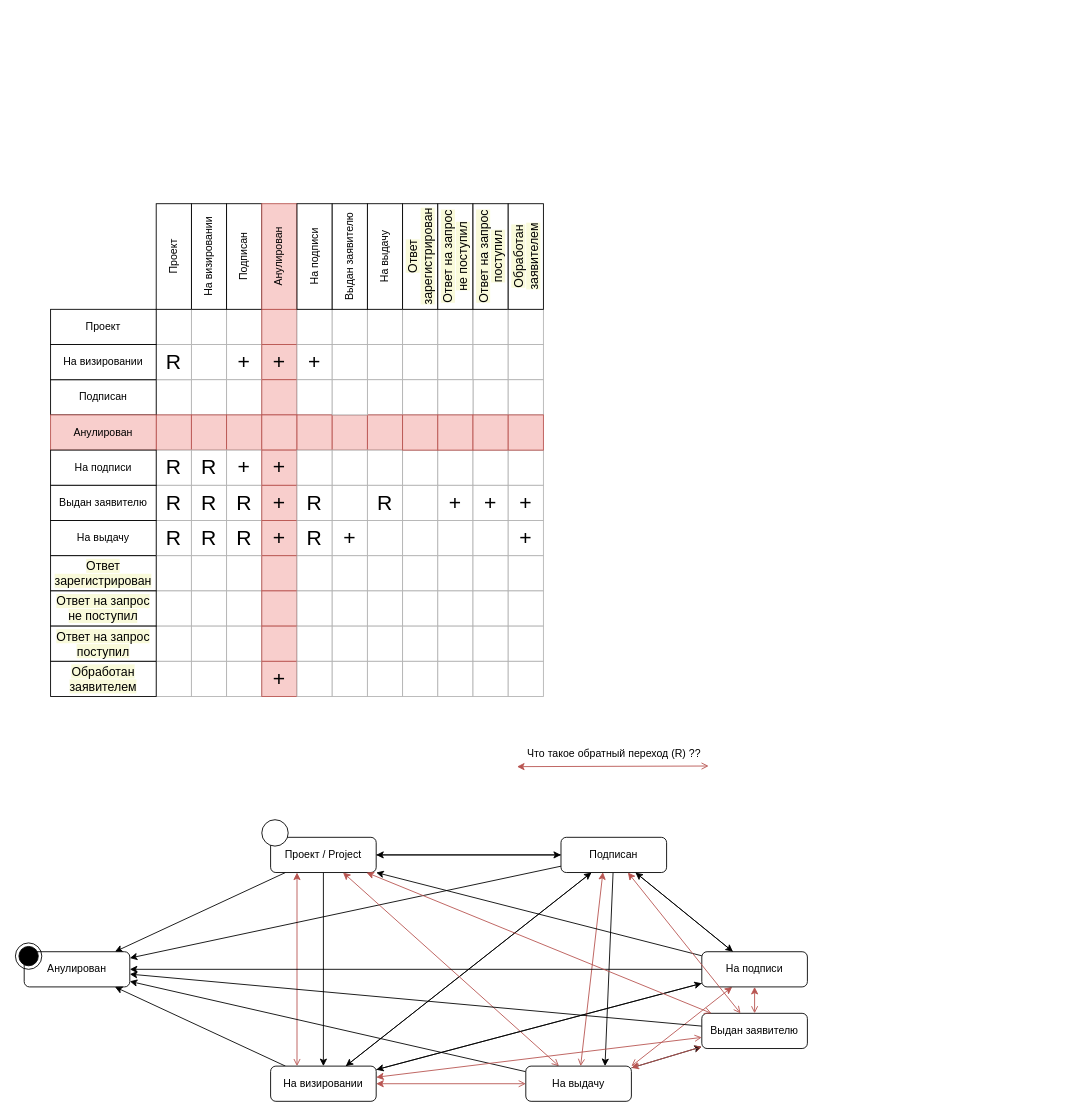
Above: Domain/Requests/InternalState.StateMachine.drawio in davyd0ff/so-line-grls (draw.io), before the change. Source tidied: cells renumbered, new cells numbered last; positions are measured from the earlier drawing's top-left corner, leaving out a move shared by most shapes. Both pictures are drawn from the tidied source at 88%, with x=0, y=0 at pixel (15, 203).
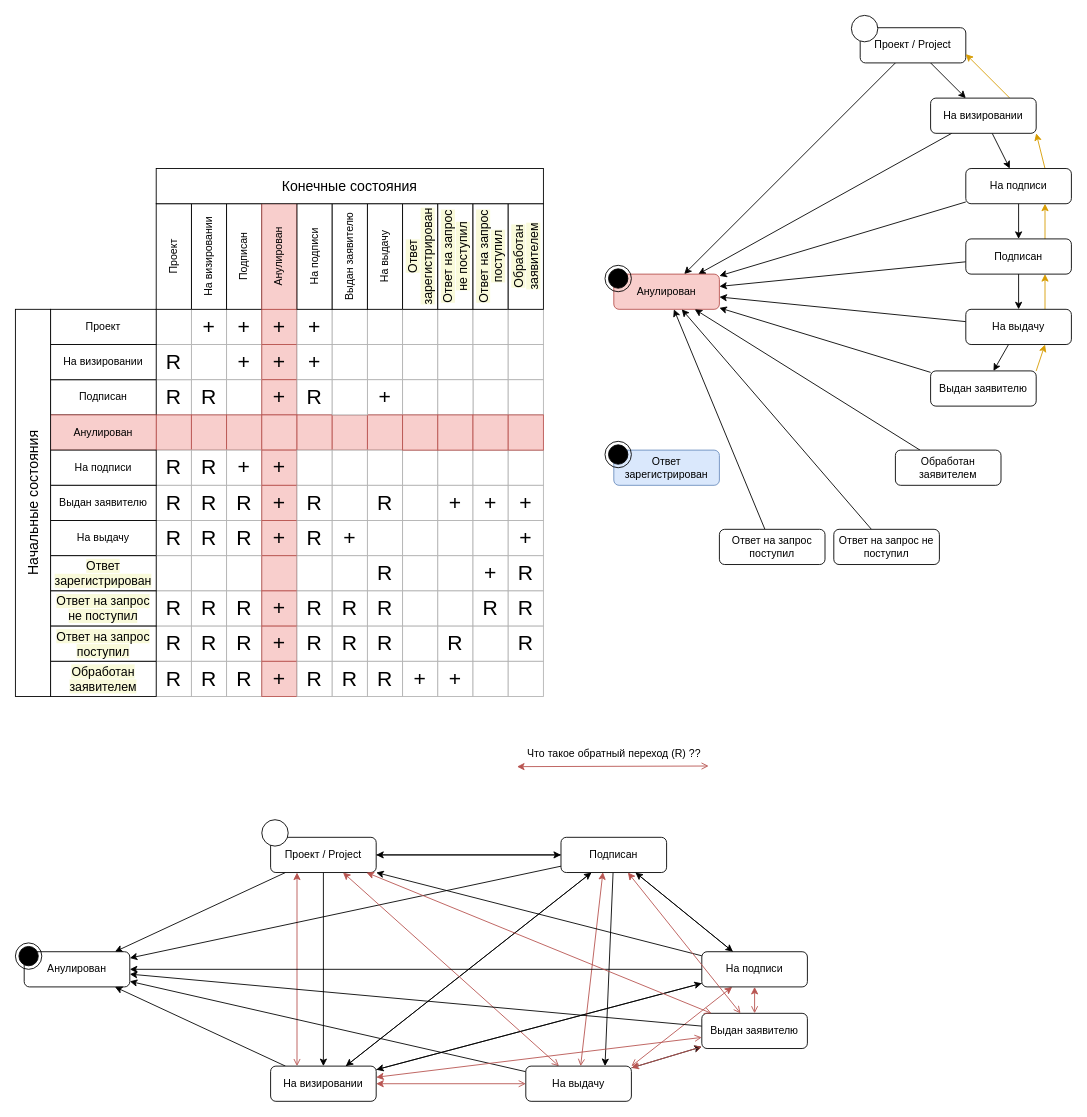
The same page after the edit.

Diff of the diagram source:
```diff
@@
-    <mxCell id="41" style="rounded=0;whiteSpace=wrap;html=1;strokeColor=#B3B3B3;fontSize=24;" parent="1" vertex="1">
+    <mxCell id="41" value="+" style="rounded=0;whiteSpace=wrap;html=1;strokeColor=#B3B3B3;fontSize=24;" parent="1" vertex="1">
       <mxGeometry x="200" y="120" width="40" height="40" as="geometry" />
     </mxCell>
-    <mxCell id="42" style="rounded=0;whiteSpace=wrap;html=1;strokeColor=#B3B3B3;fontSize=24;" parent="1" vertex="1">
+    <mxCell id="42" value="+" style="rounded=0;whiteSpace=wrap;html=1;strokeColor=#B3B3B3;fontSize=24;" parent="1" vertex="1">
       <mxGeometry x="240" y="120" width="40" height="40" as="geometry" />
     </mxCell>
-    <mxCell id="43" style="rounded=0;whiteSpace=wrap;html=1;strokeColor=#b85450;fontSize=24;fillColor=#f8cecc;" parent="1" vertex="1">
+    <mxCell id="43" value="+" style="rounded=0;whiteSpace=wrap;html=1;strokeColor=#b85450;fontSize=24;fillColor=#f8cecc;" parent="1" vertex="1">
       <mxGeometry x="280" y="120" width="40" height="40" as="geometry" />
     </mxCell>
@@
-    <mxCell id="45" style="rounded=0;whiteSpace=wrap;html=1;strokeColor=#B3B3B3;fontSize=24;" parent="1" vertex="1">
+    <mxCell id="45" value="+" style="rounded=0;whiteSpace=wrap;html=1;strokeColor=#B3B3B3;fontSize=24;" parent="1" vertex="1">
       <mxGeometry x="320" y="120" width="40" height="40" as="geometry" />
     </mxCell>
@@
-    <mxCell id="54" style="rounded=0;whiteSpace=wrap;html=1;strokeColor=#B3B3B3;fontSize=24;" parent="1" vertex="1">
+    <mxCell id="54" value="R" style="rounded=0;whiteSpace=wrap;html=1;strokeColor=#B3B3B3;fontSize=24;" parent="1" vertex="1">
       <mxGeometry x="160" y="200" width="40" height="40" as="geometry" />
     </mxCell>
-    <mxCell id="55" style="rounded=0;whiteSpace=wrap;html=1;strokeColor=#B3B3B3;fontSize=24;" parent="1" vertex="1">
+    <mxCell id="55" value="R" style="rounded=0;whiteSpace=wrap;html=1;strokeColor=#B3B3B3;fontSize=24;" parent="1" vertex="1">
       <mxGeometry x="200" y="200" width="40" height="40" as="geometry" />
     </mxCell>
@@
-    <mxCell id="57" style="rounded=0;whiteSpace=wrap;html=1;strokeColor=#b85450;fontSize=24;fillColor=#f8cecc;" parent="1" vertex="1">
+    <mxCell id="57" value="+" style="rounded=0;whiteSpace=wrap;html=1;strokeColor=#b85450;fontSize=24;fillColor=#f8cecc;" parent="1" vertex="1">
       <mxGeometry x="280" y="200" width="40" height="40" as="geometry" />
     </mxCell>
-    <mxCell id="58" style="rounded=0;whiteSpace=wrap;html=1;strokeColor=#B3B3B3;fontSize=24;" parent="1" vertex="1">
+    <mxCell id="58" value="R" style="rounded=0;whiteSpace=wrap;html=1;strokeColor=#B3B3B3;fontSize=24;" parent="1" vertex="1">
       <mxGeometry x="320" y="200" width="40" height="40" as="geometry" />
     </mxCell>
-    <mxCell id="59" style="rounded=0;whiteSpace=wrap;html=1;strokeColor=#B3B3B3;fontSize=24;" parent="1" vertex="1">
+    <mxCell id="59" value="+" style="rounded=0;whiteSpace=wrap;html=1;strokeColor=#B3B3B3;fontSize=24;" parent="1" vertex="1">
       <mxGeometry x="400" y="200" width="40" height="40" as="geometry" />
     </mxCell>
@@
-    <mxCell id="127" style="rounded=0;whiteSpace=wrap;html=1;strokeColor=#B3B3B3;fontSize=24;" parent="1" vertex="1">
+    <mxCell id="127" value="R" style="rounded=0;whiteSpace=wrap;html=1;strokeColor=#B3B3B3;fontSize=24;" parent="1" vertex="1">
       <mxGeometry x="160" y="440" width="40" height="40" as="geometry" />
     </mxCell>
-    <mxCell id="128" style="rounded=0;whiteSpace=wrap;html=1;strokeColor=#B3B3B3;fontSize=24;" parent="1" vertex="1">
+    <mxCell id="128" value="R" style="rounded=0;whiteSpace=wrap;html=1;strokeColor=#B3B3B3;fontSize=24;" parent="1" vertex="1">
       <mxGeometry x="200" y="440" width="40" height="40" as="geometry" />
     </mxCell>
-    <mxCell id="129" style="rounded=0;whiteSpace=wrap;html=1;strokeColor=#B3B3B3;fontSize=24;" parent="1" vertex="1">
+    <mxCell id="129" value="R" style="rounded=0;whiteSpace=wrap;html=1;strokeColor=#B3B3B3;fontSize=24;" parent="1" vertex="1">
       <mxGeometry x="240" y="440" width="40" height="40" as="geometry" />
     </mxCell>
-    <mxCell id="130" style="rounded=0;whiteSpace=wrap;html=1;strokeColor=#B3B3B3;fontSize=24;" parent="1" vertex="1">
+    <mxCell id="130" value="R" style="rounded=0;whiteSpace=wrap;html=1;strokeColor=#B3B3B3;fontSize=24;" parent="1" vertex="1">
       <mxGeometry x="160" y="480" width="40" height="40" as="geometry" />
     </mxCell>
-    <mxCell id="131" style="rounded=0;whiteSpace=wrap;html=1;strokeColor=#B3B3B3;fontSize=24;" parent="1" vertex="1">
+    <mxCell id="131" value="R" style="rounded=0;whiteSpace=wrap;html=1;strokeColor=#B3B3B3;fontSize=24;" parent="1" vertex="1">
       <mxGeometry x="200" y="480" width="40" height="40" as="geometry" />
     </mxCell>
-    <mxCell id="132" style="rounded=0;whiteSpace=wrap;html=1;strokeColor=#B3B3B3;fontSize=24;" parent="1" vertex="1">
+    <mxCell id="132" value="R" style="rounded=0;whiteSpace=wrap;html=1;strokeColor=#B3B3B3;fontSize=24;" parent="1" vertex="1">
       <mxGeometry x="240" y="480" width="40" height="40" as="geometry" />
     </mxCell>
@@
-    <mxCell id="136" style="rounded=0;whiteSpace=wrap;html=1;strokeColor=#b85450;fontSize=24;fillColor=#f8cecc;" parent="1" vertex="1">
+    <mxCell id="136" value="+" style="rounded=0;whiteSpace=wrap;html=1;strokeColor=#b85450;fontSize=24;fillColor=#f8cecc;" parent="1" vertex="1">
       <mxGeometry x="280" y="440" width="40" height="40" as="geometry" />
     </mxCell>
-    <mxCell id="137" style="rounded=0;whiteSpace=wrap;html=1;strokeColor=#B3B3B3;fontSize=24;" parent="1" vertex="1">
+    <mxCell id="137" value="R" style="rounded=0;whiteSpace=wrap;html=1;strokeColor=#B3B3B3;fontSize=24;" parent="1" vertex="1">
       <mxGeometry x="320" y="440" width="40" height="40" as="geometry" />
     </mxCell>
-    <mxCell id="138" style="rounded=0;whiteSpace=wrap;html=1;strokeColor=#B3B3B3;fontSize=24;" parent="1" vertex="1">
+    <mxCell id="138" value="R" style="rounded=0;whiteSpace=wrap;html=1;strokeColor=#B3B3B3;fontSize=24;" parent="1" vertex="1">
       <mxGeometry x="360" y="440" width="40" height="40" as="geometry" />
     </mxCell>
-    <mxCell id="139" style="rounded=0;whiteSpace=wrap;html=1;strokeColor=#b85450;fontSize=24;fillColor=#f8cecc;" parent="1" vertex="1">
+    <mxCell id="139" value="+" style="rounded=0;whiteSpace=wrap;html=1;strokeColor=#b85450;fontSize=24;fillColor=#f8cecc;" parent="1" vertex="1">
       <mxGeometry x="280" y="480" width="40" height="40" as="geometry" />
     </mxCell>
-    <mxCell id="140" style="rounded=0;whiteSpace=wrap;html=1;strokeColor=#B3B3B3;fontSize=24;" parent="1" vertex="1">
+    <mxCell id="140" value="R" style="rounded=0;whiteSpace=wrap;html=1;strokeColor=#B3B3B3;fontSize=24;" parent="1" vertex="1">
       <mxGeometry x="320" y="480" width="40" height="40" as="geometry" />
     </mxCell>
-    <mxCell id="141" style="rounded=0;whiteSpace=wrap;html=1;strokeColor=#B3B3B3;fontSize=24;" parent="1" vertex="1">
+    <mxCell id="141" value="R" style="rounded=0;whiteSpace=wrap;html=1;strokeColor=#B3B3B3;fontSize=24;" parent="1" vertex="1">
       <mxGeometry x="360" y="480" width="40" height="40" as="geometry" />
     </mxCell>
-    <mxCell id="142" style="rounded=0;whiteSpace=wrap;html=1;strokeColor=#B3B3B3;fontSize=24;" parent="1" vertex="1">
+    <mxCell id="142" value="R" style="rounded=0;whiteSpace=wrap;html=1;strokeColor=#B3B3B3;fontSize=24;" parent="1" vertex="1">
       <mxGeometry x="400" y="400" width="40" height="40" as="geometry" />
     </mxCell>
@@
-    <mxCell id="145" style="rounded=0;whiteSpace=wrap;html=1;strokeColor=#B3B3B3;fontSize=24;" parent="1" vertex="1">
+    <mxCell id="145" value="R" style="rounded=0;whiteSpace=wrap;html=1;strokeColor=#B3B3B3;fontSize=24;" parent="1" vertex="1">
       <mxGeometry x="400" y="440" width="40" height="40" as="geometry" />
     </mxCell>
@@
-    <mxCell id="148" style="rounded=0;whiteSpace=wrap;html=1;strokeColor=#B3B3B3;fontSize=24;" parent="1" vertex="1">
+    <mxCell id="148" value="R" style="rounded=0;whiteSpace=wrap;html=1;strokeColor=#B3B3B3;fontSize=24;" parent="1" vertex="1">
       <mxGeometry x="400" y="480" width="40" height="40" as="geometry" />
     </mxCell>
@@
-    <mxCell id="150" style="rounded=0;whiteSpace=wrap;html=1;strokeColor=#B3B3B3;fontSize=24;" parent="1" vertex="1">
+    <mxCell id="150" value="R" style="rounded=0;whiteSpace=wrap;html=1;strokeColor=#B3B3B3;fontSize=24;" parent="1" vertex="1">
       <mxGeometry x="480" y="480" width="40" height="40" as="geometry" />
     </mxCell>
-    <mxCell id="151" style="rounded=0;whiteSpace=wrap;html=1;strokeColor=#B3B3B3;fontSize=24;" parent="1" vertex="1">
+    <mxCell id="151" value="+" style="rounded=0;whiteSpace=wrap;html=1;strokeColor=#B3B3B3;fontSize=24;" parent="1" vertex="1">
       <mxGeometry x="520" y="400" width="40" height="40" as="geometry" />
     </mxCell>
-    <mxCell id="152" style="rounded=0;whiteSpace=wrap;html=1;strokeColor=#B3B3B3;fontSize=24;" parent="1" vertex="1">
+    <mxCell id="152" value="R" style="rounded=0;whiteSpace=wrap;html=1;strokeColor=#B3B3B3;fontSize=24;" parent="1" vertex="1">
       <mxGeometry x="520" y="440" width="40" height="40" as="geometry" />
     </mxCell>
@@
-    <mxCell id="163" style="rounded=0;whiteSpace=wrap;html=1;strokeColor=#B3B3B3;fontSize=24;" parent="1" vertex="1">
+    <mxCell id="163" value="R" style="rounded=0;whiteSpace=wrap;html=1;strokeColor=#B3B3B3;fontSize=24;" parent="1" vertex="1">
       <mxGeometry x="160" y="520" width="40" height="40" as="geometry" />
     </mxCell>
-    <mxCell id="164" style="rounded=0;whiteSpace=wrap;html=1;strokeColor=#B3B3B3;fontSize=24;" parent="1" vertex="1">
+    <mxCell id="164" value="R" style="rounded=0;whiteSpace=wrap;html=1;strokeColor=#B3B3B3;fontSize=24;" parent="1" vertex="1">
       <mxGeometry x="200" y="520" width="40" height="40" as="geometry" />
     </mxCell>
-    <mxCell id="165" style="rounded=0;whiteSpace=wrap;html=1;strokeColor=#B3B3B3;fontSize=24;" parent="1" vertex="1">
+    <mxCell id="165" value="R" style="rounded=0;whiteSpace=wrap;html=1;strokeColor=#B3B3B3;fontSize=24;" parent="1" vertex="1">
       <mxGeometry x="240" y="520" width="40" height="40" as="geometry" />
     </mxCell>
@@
-    <mxCell id="167" style="rounded=0;whiteSpace=wrap;html=1;strokeColor=#B3B3B3;fontSize=24;" parent="1" vertex="1">
+    <mxCell id="167" value="R" style="rounded=0;whiteSpace=wrap;html=1;strokeColor=#B3B3B3;fontSize=24;" parent="1" vertex="1">
       <mxGeometry x="320" y="520" width="40" height="40" as="geometry" />
     </mxCell>
-    <mxCell id="168" style="rounded=0;whiteSpace=wrap;html=1;strokeColor=#B3B3B3;fontSize=24;" parent="1" vertex="1">
+    <mxCell id="168" value="R" style="rounded=0;whiteSpace=wrap;html=1;strokeColor=#B3B3B3;fontSize=24;" parent="1" vertex="1">
       <mxGeometry x="360" y="520" width="40" height="40" as="geometry" />
     </mxCell>
-    <mxCell id="169" style="rounded=0;whiteSpace=wrap;html=1;strokeColor=#B3B3B3;fontSize=24;" parent="1" vertex="1">
+    <mxCell id="169" value="R" style="rounded=0;whiteSpace=wrap;html=1;strokeColor=#B3B3B3;fontSize=24;" parent="1" vertex="1">
       <mxGeometry x="400" y="520" width="40" height="40" as="geometry" />
     </mxCell>
-    <mxCell id="170" style="rounded=0;whiteSpace=wrap;html=1;strokeColor=#B3B3B3;fontSize=24;" parent="1" vertex="1">
+    <mxCell id="170" value="+" style="rounded=0;whiteSpace=wrap;html=1;strokeColor=#B3B3B3;fontSize=24;" parent="1" vertex="1">
       <mxGeometry x="440" y="520" width="40" height="40" as="geometry" />
     </mxCell>
-    <mxCell id="171" style="rounded=0;whiteSpace=wrap;html=1;strokeColor=#B3B3B3;fontSize=24;" parent="1" vertex="1">
+    <mxCell id="171" value="+" style="rounded=0;whiteSpace=wrap;html=1;strokeColor=#B3B3B3;fontSize=24;" parent="1" vertex="1">
       <mxGeometry x="480" y="520" width="40" height="40" as="geometry" />
     </mxCell>
@@
-    <mxCell id="180" style="rounded=0;whiteSpace=wrap;html=1;strokeColor=#B3B3B3;fontSize=24;" parent="1" vertex="1">
+    <mxCell id="180" value="R" style="rounded=0;whiteSpace=wrap;html=1;strokeColor=#B3B3B3;fontSize=24;" parent="1" vertex="1">
       <mxGeometry x="560" y="400" width="40" height="40" as="geometry" />
     </mxCell>
-    <mxCell id="181" style="rounded=0;whiteSpace=wrap;html=1;strokeColor=#B3B3B3;fontSize=24;" parent="1" vertex="1">
+    <mxCell id="181" value="R" style="rounded=0;whiteSpace=wrap;html=1;strokeColor=#B3B3B3;fontSize=24;" parent="1" vertex="1">
       <mxGeometry x="560" y="440" width="40" height="40" as="geometry" />
     </mxCell>
-    <mxCell id="182" style="rounded=0;whiteSpace=wrap;html=1;strokeColor=#B3B3B3;fontSize=24;" parent="1" vertex="1">
+    <mxCell id="182" value="R" style="rounded=0;whiteSpace=wrap;html=1;strokeColor=#B3B3B3;fontSize=24;" parent="1" vertex="1">
       <mxGeometry x="560" y="480" width="40" height="40" as="geometry" />
     </mxCell>
@@
+    <mxCell id="186" style="rounded=0;jettySize=auto;html=1;fontSize=16;" parent="1" edge="1" source="188" target="193">
+      <mxGeometry relative="1" as="geometry" />
+    </mxCell>
+    <mxCell id="187" style="edgeStyle=none;rounded=0;jettySize=auto;html=1;fontSize=16;" parent="1" edge="1" source="188" target="200">
+      <mxGeometry relative="1" as="geometry" />
+    </mxCell>
+    <mxCell id="188" value="Проект / Project" style="rounded=1;whiteSpace=wrap;html=1;" parent="1" vertex="1">
+      <mxGeometry x="960" y="-200" width="120" height="40" as="geometry" />
+    </mxCell>
+    <mxCell id="189" style="shape=ellipse;html=1;dashed=0;whitespace=wrap;perimeter=ellipsePerimeter;" parent="1" vertex="1">
+      <mxGeometry x="950" y="-214" width="30" height="30" as="geometry" />
+    </mxCell>
+    <mxCell id="190" style="edgeStyle=none;rounded=0;jettySize=auto;html=1;fontSize=16;" parent="1" edge="1" source="193" target="197">
+      <mxGeometry relative="1" as="geometry" />
+    </mxCell>
+    <mxCell id="191" style="edgeStyle=none;rounded=0;jettySize=auto;html=1;exitX=0.75;exitY=0;exitDx=0;exitDy=0;entryX=1;entryY=0.75;entryDx=0;entryDy=0;fontSize=16;fillColor=#ffe6cc;strokeColor=#d79b00;" parent="1" edge="1" source="193" target="188">
+      <mxGeometry relative="1" as="geometry" />
+    </mxCell>
+    <mxCell id="192" style="edgeStyle=none;rounded=0;jettySize=auto;html=1;fontSize=16;" parent="1" edge="1" source="193" target="200">
+      <mxGeometry relative="1" as="geometry" />
+    </mxCell>
+    <mxCell id="193" value="На визировании" style="rounded=1;whiteSpace=wrap;html=1;" parent="1" vertex="1">
+      <mxGeometry x="1040" y="-120" width="120" height="40" as="geometry" />
+    </mxCell>
+    <mxCell id="194" style="edgeStyle=none;rounded=0;jettySize=auto;html=1;fontSize=16;" parent="1" edge="1" source="197" target="205">
+      <mxGeometry relative="1" as="geometry" />
+    </mxCell>
+    <mxCell id="195" style="edgeStyle=none;rounded=0;jettySize=auto;html=1;exitX=0.75;exitY=0;exitDx=0;exitDy=0;entryX=1;entryY=1;entryDx=0;entryDy=0;fontSize=16;fillColor=#ffe6cc;strokeColor=#d79b00;" parent="1" edge="1" source="197" target="193">
+      <mxGeometry relative="1" as="geometry" />
+    </mxCell>
+    <mxCell id="196" style="edgeStyle=none;rounded=0;jettySize=auto;html=1;fontSize=16;" parent="1" edge="1" source="197" target="200">
+      <mxGeometry relative="1" as="geometry" />
+    </mxCell>
+    <mxCell id="197" value="На подписи" style="rounded=1;whiteSpace=wrap;html=1;" parent="1" vertex="1">
+      <mxGeometry x="1080" y="-40" width="120" height="40" as="geometry" />
+    </mxCell>
+    <mxCell id="198" value="&lt;font style=&quot;font-size: 16px;&quot;&gt;Конечные состояния&lt;/font&gt;" style="rounded=0;whiteSpace=wrap;html=1;" parent="1" vertex="1">
+      <mxGeometry x="160" y="-40" width="440" height="40" as="geometry" />
+    </mxCell>
+    <mxCell id="199" value="&lt;font style=&quot;font-size: 16px;&quot;&gt;Начальные состояния&lt;/font&gt;" style="rounded=0;whiteSpace=wrap;html=1;horizontal=0;" parent="1" vertex="1">
+      <mxGeometry y="120" width="40" height="440" as="geometry" />
+    </mxCell>
+    <mxCell id="200" value="Анулирован" style="rounded=1;whiteSpace=wrap;html=1;fillColor=#f8cecc;strokeColor=#b85450;" parent="1" vertex="1">
+      <mxGeometry x="680" y="80" width="120" height="40" as="geometry" />
+    </mxCell>
+    <mxCell id="201" style="ellipse;html=1;shape=endState;fillColor=strokeColor;" parent="1" vertex="1">
+      <mxGeometry x="670" y="70" width="30" height="30" as="geometry" />
+    </mxCell>
+    <mxCell id="202" style="edgeStyle=none;rounded=0;jettySize=auto;html=1;entryX=0.75;entryY=1;entryDx=0;entryDy=0;fontSize=16;exitX=0.75;exitY=0;exitDx=0;exitDy=0;fillColor=#ffe6cc;strokeColor=#d79b00;" parent="1" edge="1" source="205" target="197">
+      <mxGeometry relative="1" as="geometry" />
+    </mxCell>
+    <mxCell id="203" style="edgeStyle=none;rounded=0;jettySize=auto;html=1;fontSize=16;" parent="1" edge="1" source="205" target="200">
+      <mxGeometry relative="1" as="geometry" />
+    </mxCell>
+    <mxCell id="204" style="edgeStyle=none;rounded=0;jettySize=auto;html=1;fontSize=16;" parent="1" edge="1" source="205" target="209">
+      <mxGeometry relative="1" as="geometry" />
+    </mxCell>
+    <mxCell id="205" value="Подписан" style="rounded=1;whiteSpace=wrap;html=1;" parent="1" vertex="1">
+      <mxGeometry x="1080" y="40" width="120" height="40" as="geometry" />
+    </mxCell>
+    <mxCell id="206" style="edgeStyle=none;rounded=0;jettySize=auto;html=1;fontSize=16;" parent="1" edge="1" source="209" target="200">
+      <mxGeometry relative="1" as="geometry" />
+    </mxCell>
+    <mxCell id="207" style="edgeStyle=none;rounded=0;jettySize=auto;html=1;exitX=0.75;exitY=0;exitDx=0;exitDy=0;entryX=0.75;entryY=1;entryDx=0;entryDy=0;fontSize=16;fillColor=#ffe6cc;strokeColor=#d79b00;" parent="1" edge="1" source="209" target="205">
+      <mxGeometry relative="1" as="geometry" />
+    </mxCell>
+    <mxCell id="208" style="edgeStyle=none;rounded=0;jettySize=auto;html=1;fontSize=16;" parent="1" edge="1" source="209" target="212">
+      <mxGeometry relative="1" as="geometry" />
+    </mxCell>
+    <mxCell id="209" value="На выдачу" style="rounded=1;whiteSpace=wrap;html=1;" parent="1" vertex="1">
+      <mxGeometry x="1080" y="120" width="120" height="40" as="geometry" />
+    </mxCell>
+    <mxCell id="210" style="edgeStyle=none;rounded=0;jettySize=auto;html=1;fontSize=16;" parent="1" edge="1" source="212" target="200">
+      <mxGeometry relative="1" as="geometry" />
+    </mxCell>
+    <mxCell id="211" style="edgeStyle=none;rounded=0;jettySize=auto;html=1;exitX=1;exitY=0;exitDx=0;exitDy=0;entryX=0.75;entryY=1;entryDx=0;entryDy=0;fontSize=16;fillColor=#ffe6cc;strokeColor=#d79b00;" parent="1" edge="1" source="212" target="209">
+      <mxGeometry relative="1" as="geometry" />
+    </mxCell>
+    <mxCell id="212" value="Выдан заявителю" style="rounded=1;whiteSpace=wrap;html=1;" parent="1" vertex="1">
+      <mxGeometry x="1040" y="190" width="120" height="40" as="geometry" />
+    </mxCell>
+    <mxCell id="213" style="edgeStyle=none;rounded=0;jettySize=auto;html=1;fontSize=16;" parent="1" edge="1" source="214" target="200">
+      <mxGeometry relative="1" as="geometry" />
+    </mxCell>
+    <mxCell id="214" value="Обработан заявителем" style="rounded=1;whiteSpace=wrap;html=1;" parent="1" vertex="1">
+      <mxGeometry x="1000" y="280" width="120" height="40" as="geometry" />
+    </mxCell>
+    <mxCell id="215" style="edgeStyle=none;rounded=0;jettySize=auto;html=1;fontSize=16;" parent="1" edge="1" source="216" target="200">
+      <mxGeometry relative="1" as="geometry" />
+    </mxCell>
+    <mxCell id="216" value="Ответ на запрос поступил" style="rounded=1;whiteSpace=wrap;html=1;" parent="1" vertex="1">
+      <mxGeometry x="800" y="370" width="120" height="40" as="geometry" />
+    </mxCell>
+    <mxCell id="217" style="edgeStyle=none;rounded=0;jettySize=auto;html=1;fontSize=16;" parent="1" edge="1" source="218" target="200">
+      <mxGeometry relative="1" as="geometry" />
+    </mxCell>
+    <mxCell id="218" value="Ответ на запрос не поступил" style="rounded=1;whiteSpace=wrap;html=1;" parent="1" vertex="1">
+      <mxGeometry x="930" y="370" width="120" height="40" as="geometry" />
+    </mxCell>
+    <mxCell id="219" value="Ответ зарегистрирован" style="rounded=1;whiteSpace=wrap;html=1;fillColor=#dae8fc;strokeColor=#6c8ebf;" parent="1" vertex="1">
+      <mxGeometry x="680" y="280" width="120" height="40" as="geometry" />
+    </mxCell>
+    <mxCell id="220" style="ellipse;html=1;shape=endState;fillColor=strokeColor;" parent="1" vertex="1">
+      <mxGeometry x="670" y="270" width="30" height="30" as="geometry" />
+    </mxCell>
```
